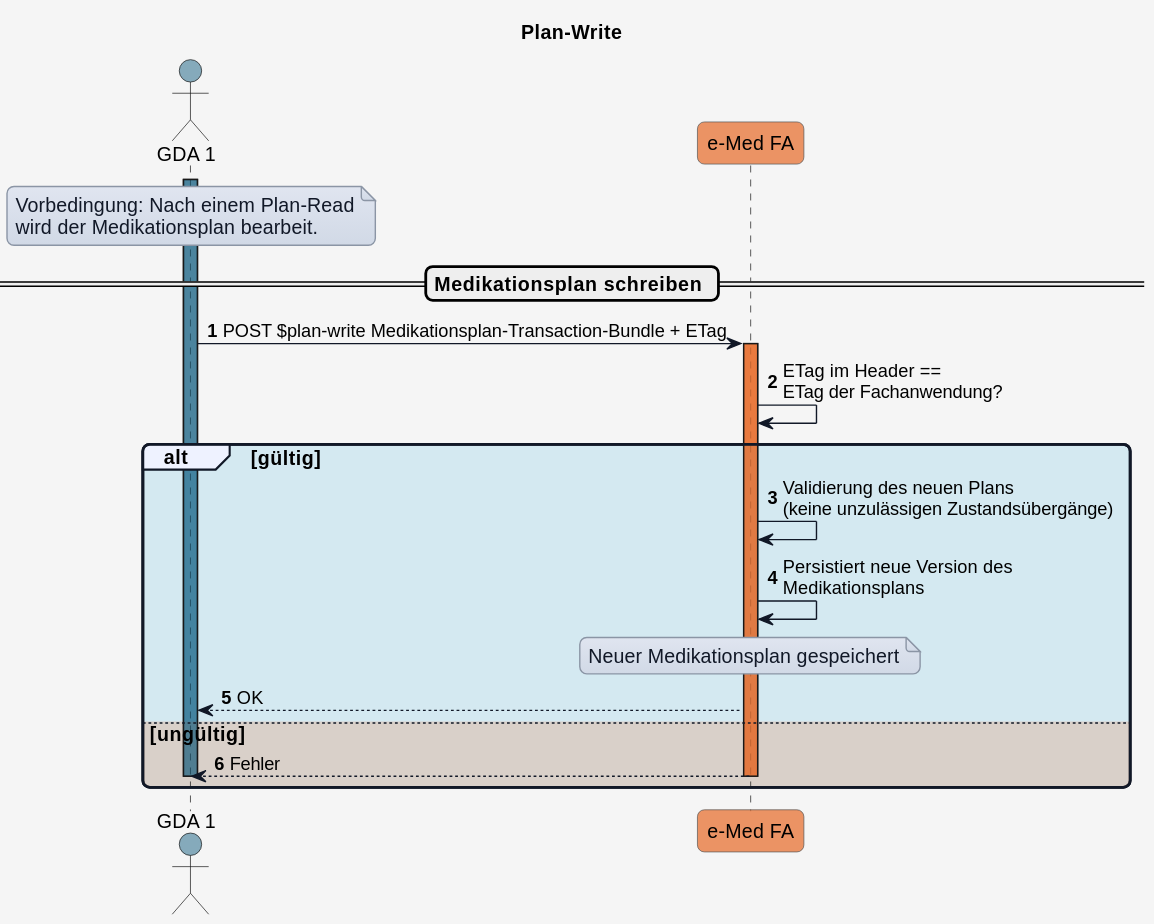
HL7Austria/hl7austria.github.io keeps this PlantUML diagram as r4-ELGA-e-Medikation-main/plantuml/interaction_planwrite.svg. Above is the earlier version. Its diagram source:
```plantuml
@startuml
title Plan-Write


skinparam borderColor #000000
skinparam backgroundColor #f5f5f5
skinparam shadowing false
skinparam roundCorner 10
skinparam defaultFontName "Arial"
skinparam defaultFontSize 14
skinparam defaultFontColor #000000
skinparam HyperlinkColor #0000EE
skinparam HyperlinkUnderline false
skinparam BoxPadding 20
skinparam BoxBorderColor #555555

skinparam note {
  BackgroundColor #e0e5f0-#d1d9e6
  BorderColor #8b95a5
  BorderThickness 1
  RoundCorner 0
  Padding 6
  FontColor #111827
  Shadowing false
}

skinparam sequence {
  ParticipantBorderColor #555555
  ParticipantBackgroundColor #ffffff
  ParticipantFontColor #000000
  ParticipantFontSize 14
  ParticipantPadding 20
  ArrowColor #111827
  ArrowThickness 1
  ArrowFontColor #000000
  ArrowFontSize 13
  GroupBorderColor #111827
  GroupBackgroundColor #eef2ff
  GroupBorderThickness 2
}

!define COLOR_GDA_1    #15608280
!define COLOR_GDA_2    #96607D80
!define COLOR_PATIENT  #196B2480
!define COLOR_APO      #0F9ED590
!define COLOR_EMED_FA  #e97232bd
!define COLOR_E_REZEPT #cd3732a9

!define COLOR_OK       #0F9ED525
!define COLOR_ERROR    #E9713235

actor GDA_1 as "GDA 1" COLOR_GDA_1
participant eMed_FA as "e-Med FA" COLOR_EMED_FA


autonumber

activate GDA_1 COLOR_GDA_1

note over GDA_1
Vorbedingung: Nach einem Plan-Read
wird der Medikationsplan bearbeit.
end note

== Medikationsplan schreiben ==

GDA_1 -> eMed_FA: POST $plan-write Medikationsplan-Transaction-Bundle + ETag

activate eMed_FA COLOR_EMED_FA
eMed_FA -> eMed_FA: ETag im Header ==\nETag der Fachanwendung?

alt COLOR_OK gültig
  eMed_FA -> eMed_FA: Validierung des neuen Plans\n(keine unzulässigen Zustandsübergänge)
  eMed_FA -> eMed_FA: Persistiert neue Version des\nMedikationsplans

  note over eMed_FA
  Neuer Medikationsplan gespeichert
  end note

  eMed_FA --> GDA_1: OK

else COLOR_ERROR ungültig

  eMed_FA --> GDA_1: Fehler

  deactivate GDA_1
  deactivate eMed_FA
end
@enduml
```
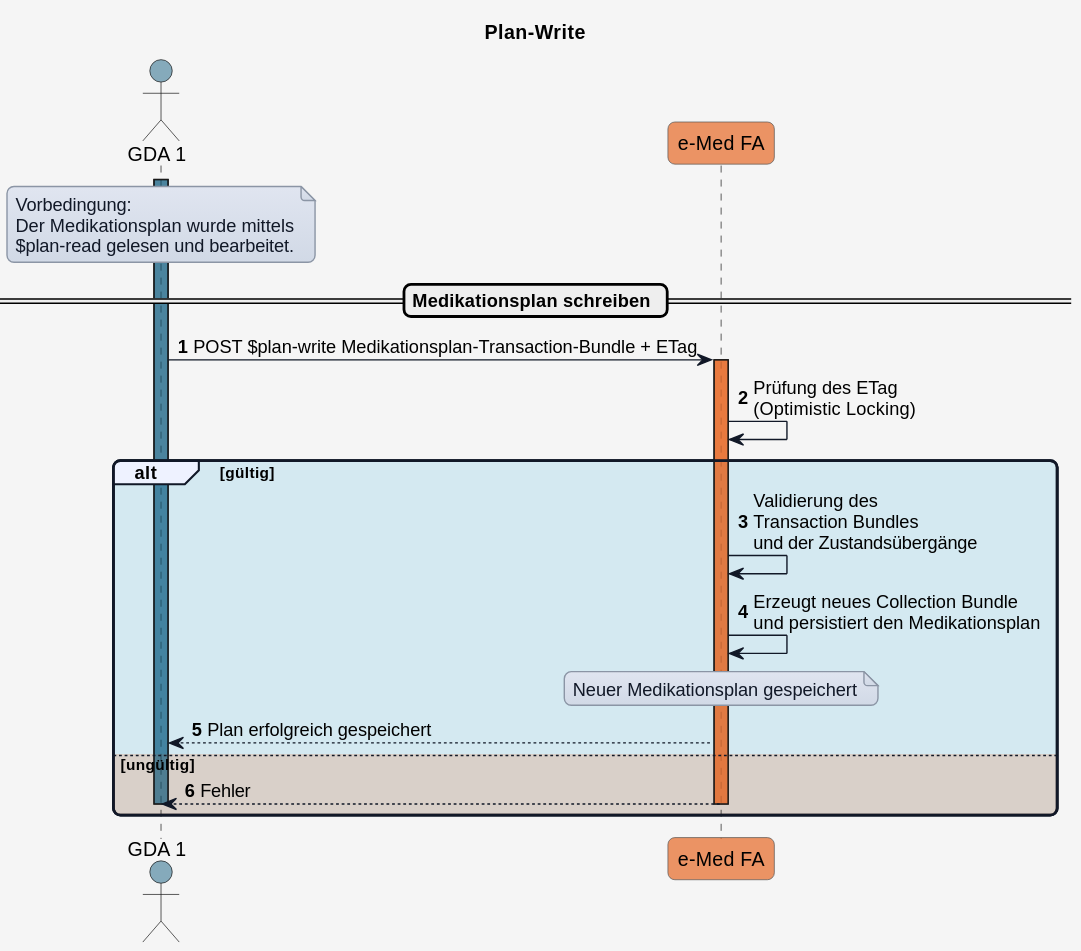
The same file after the commit.

What changed in the source:
```diff
@@ -7,7 +7,6 @@
 skinparam shadowing false
 skinparam roundCorner 10
 skinparam defaultFontName "Arial"
-skinparam defaultFontSize 14
 skinparam defaultFontColor #000000
 skinparam HyperlinkColor #0000EE
 skinparam HyperlinkUnderline false
@@ -58,8 +57,9 @@
 activate GDA_1 COLOR_GDA_1
 
 note over GDA_1
-Vorbedingung: Nach einem Plan-Read
-wird der Medikationsplan bearbeit.
+Vorbedingung:
+Der Medikationsplan wurde mittels
+$plan-read gelesen und bearbeitet.
 end note
 
 == Medikationsplan schreiben ==
@@ -67,17 +67,17 @@
 GDA_1 -> eMed_FA: POST $plan-write Medikationsplan-Transaction-Bundle + ETag
 
 activate eMed_FA COLOR_EMED_FA
-eMed_FA -> eMed_FA: ETag im Header ==\nETag der Fachanwendung?
+eMed_FA -> eMed_FA: Prüfung des ETag\n(Optimistic Locking)
 
 alt COLOR_OK gültig
-  eMed_FA -> eMed_FA: Validierung des neuen Plans\n(keine unzulässigen Zustandsübergänge)
-  eMed_FA -> eMed_FA: Persistiert neue Version des\nMedikationsplans
+  eMed_FA -> eMed_FA: Validierung des\nTransaction Bundles\nund der Zustandsübergänge
+  eMed_FA -> eMed_FA: Erzeugt neues Collection Bundle\nund persistiert den Medikationsplan
 
   note over eMed_FA
   Neuer Medikationsplan gespeichert
   end note
 
-  eMed_FA --> GDA_1: OK
+  eMed_FA --> GDA_1: Plan erfolgreich gespeichert
 
 else COLOR_ERROR ungültig
 
```
